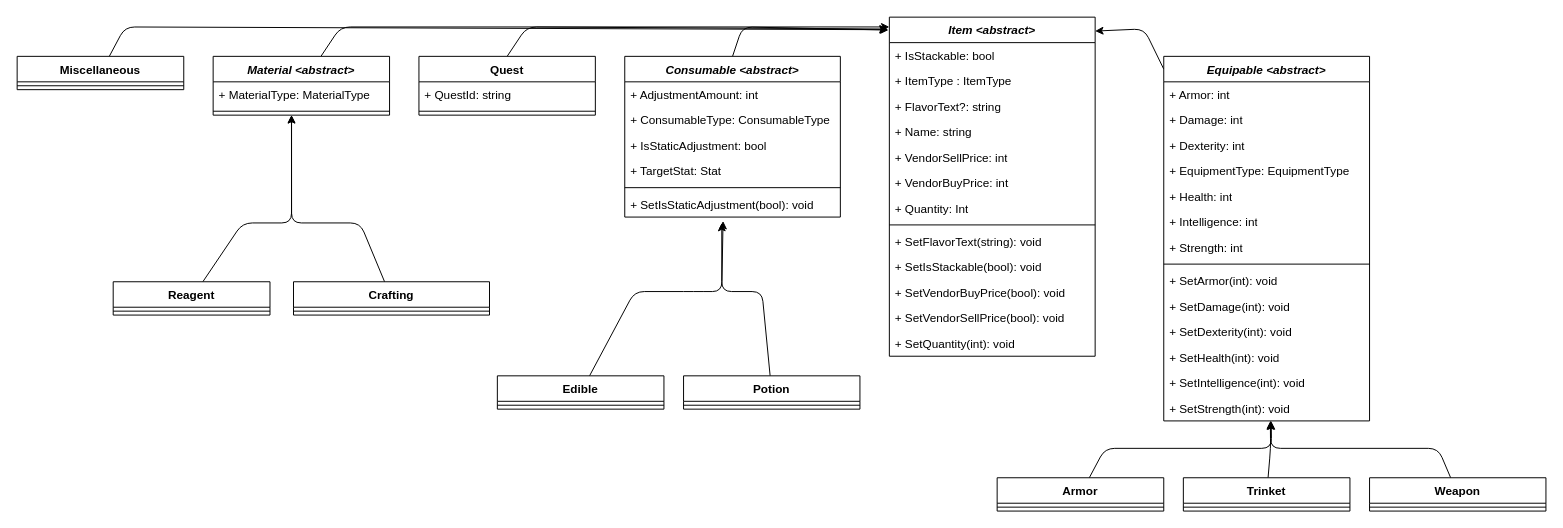
scottfalbo/GameEngine keeps this draw.io diagram as docs/design/domain_models/items.drawio. Above is the earlier version. Source tidied: cells renumbered, new cells numbered last; positions are measured from the earlier drawing's top-left corner, leaving out a move shared by most shapes. Both pictures are drawn from the tidied source at 98%, with x=0, y=0 at pixel (17, 17).
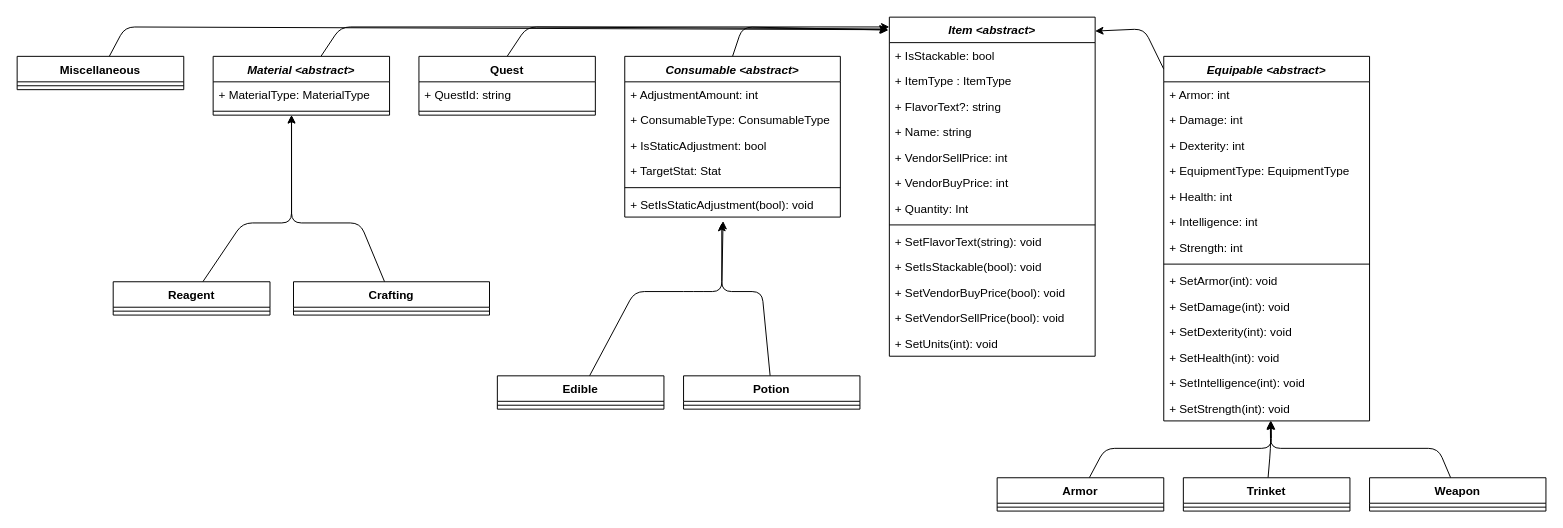
The same diagram, later.

The change refers to these unchanged cells:
```xml
<mxCell id="2" value="&lt;i style=&quot;&quot;&gt;Item&lt;/i&gt;&lt;i style=&quot;&quot;&gt; &amp;lt;abstract&amp;gt;&lt;/i&gt;" style="swimlane;fontStyle=1;align=center;verticalAlign=top;horizontal=1;startSize=26;whiteSpace=wrap;html=1;" parent="1" vertex="1">
  <mxGeometry x="890" width="210" height="346" as="geometry" />
</mxCell>
```

What changed in the source:
```diff
@@
-    <mxCell id="15" value="+ SetQuantity(int): void" style="text;strokeColor=none;fillColor=none;align=left;verticalAlign=top;spacingLeft=4;spacingRight=4;overflow=hidden;whiteSpace=wrap;html=1;" parent="2" vertex="1">
+    <mxCell id="15" value="+ SetUnits(int): void" style="text;strokeColor=none;fillColor=none;align=left;verticalAlign=top;spacingLeft=4;spacingRight=4;overflow=hidden;whiteSpace=wrap;html=1;" parent="2" vertex="1">
       <mxGeometry y="320" width="210" height="26" as="geometry" />
     </mxCell>
```
